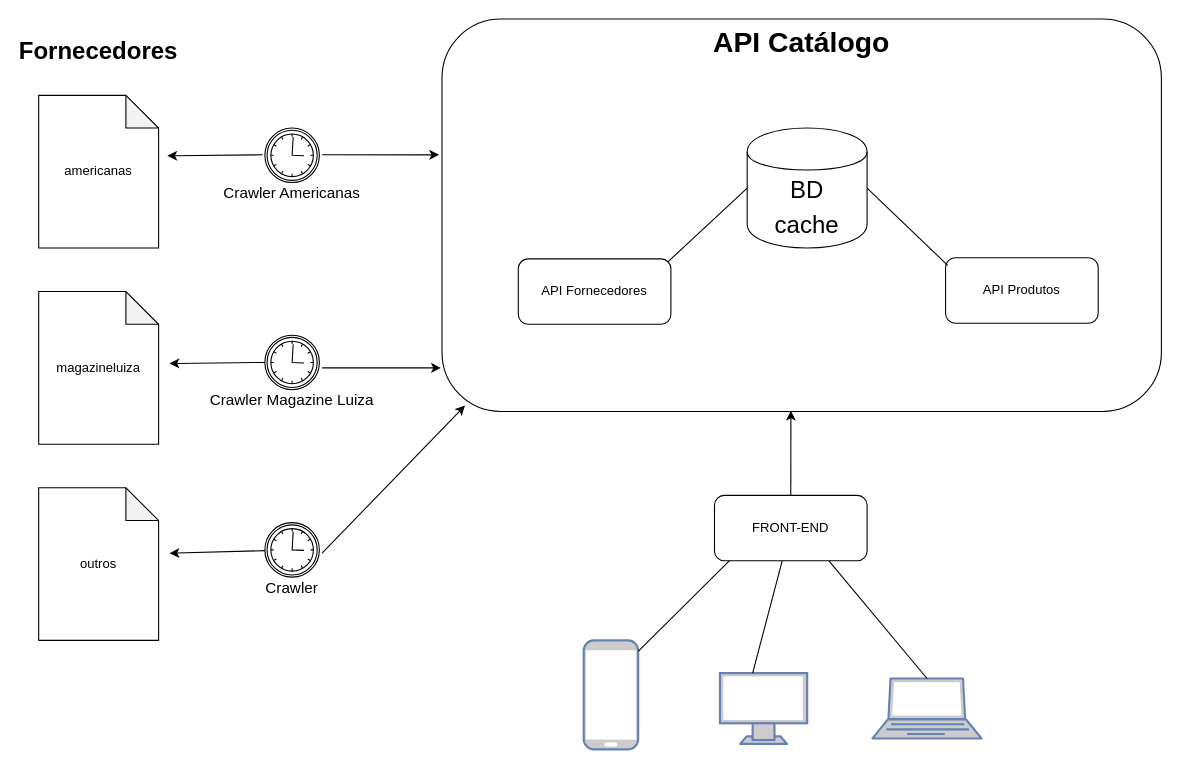
The draw.io diagram page "API Catálogo" (2 of 3) of doc/sistema-drop-shipping-com-gateway.drawio in caiosduarte/aws-montagem-exibicao-catalogo, before the edit. Source tidied: cells renumbered, new cells numbered last; positions are measured from the earlier drawing's top-left corner, leaving out a move shared by most shapes. Both pictures are drawn from the tidied source at 109%, with x=0, y=0 at pixel (38, 19).
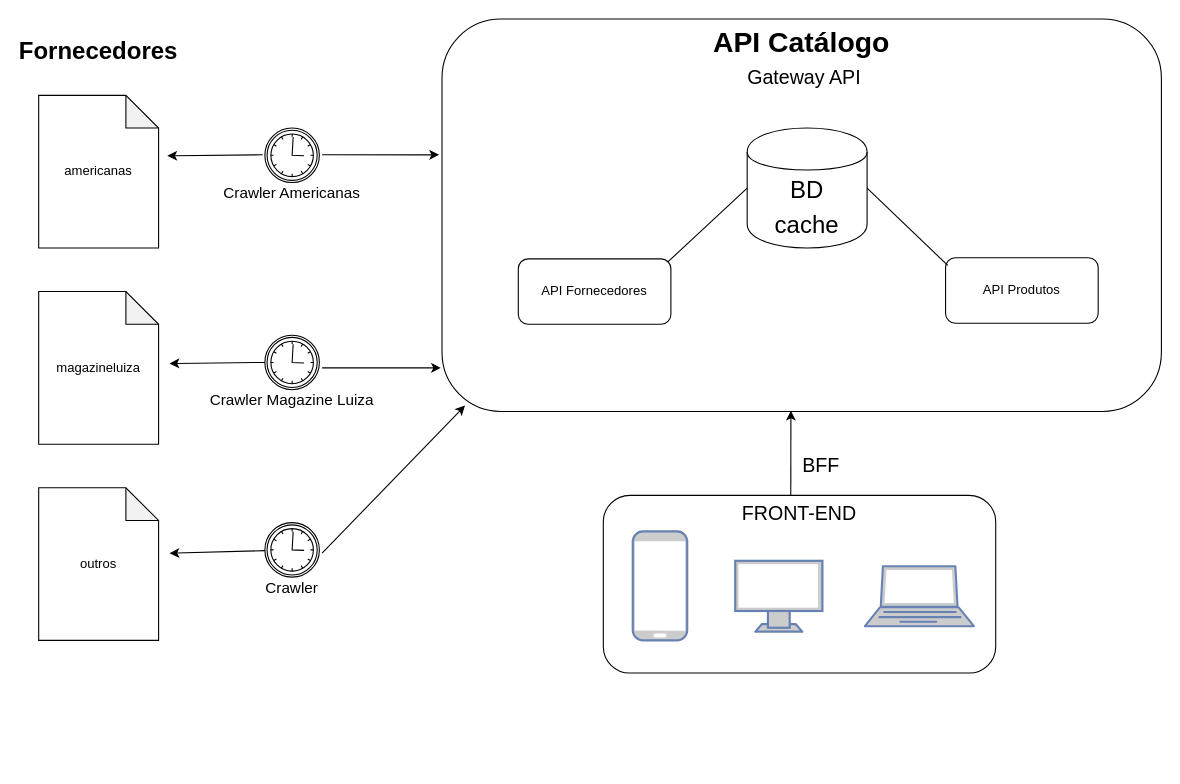
The same page after the edit.

Commit message (it also covers changes not shown here):
API catálogo como gateway

The change refers to these unchanged cells:
```xml
<mxCell id="2" value="API Catálogo" style="rounded=1;whiteSpace=wrap;html=1;fillColor=none;fontSize=26;fontColor=none;verticalAlign=top;fontStyle=1;" parent="1" vertex="1">
  <mxGeometry x="370" width="660" height="360" as="geometry" />
</mxCell>
<mxCell id="4" style="group;" parent="1" vertex="1">
  <mxGeometry x="40" width="562" height="684" as="geometry" />
</mxCell>
```

The edit, as a diff of the source:
```diff
@@
-    <mxCell id="26" style="fontColor=#0066CC;verticalAlign=top;verticalLabelPosition=bottom;labelPosition=center;align=center;html=1;fillColor=#CCCCCC;strokeColor=#6881B3;gradientColor=none;gradientDirection=north;strokeWidth=2;shape=mxgraph.networks.mobile;" parent="4" vertex="1">
-      <mxGeometry x="460" y="570" width="50" height="100" as="geometry" />
-    </mxCell>
-    <mxCell id="27" style="endArrow=none;html=1;fontSize=14;fontColor=none;entryX=0.105;entryY=0.983;entryDx=0;entryDy=0;entryPerimeter=0;" parent="4" edge="1" target="39">
-      <mxGeometry relative="1" as="geometry">
-        <mxPoint x="510" y="580" as="sourcePoint" />
-      </mxGeometry>
-    </mxCell>
@@
+    <mxCell id="40" style="endArrow=classic;html=1;fontSize=14;fontColor=none;entryX=0.485;entryY=0.998;entryDx=0;entryDy=0;entryPerimeter=0;" parent="1" edge="1" target="2">
+      <mxGeometry relative="1" as="geometry">
+        <mxPoint x="690" y="437" as="sourcePoint" />
+      </mxGeometry>
+    </mxCell>
-    <mxCell id="39" value="&lt;span style=&quot;font-size: 12px&quot;&gt;FRONT-END&lt;br style=&quot;font-size: 12px&quot;&gt;&lt;/span&gt;" style="rounded=1;whiteSpace=wrap;html=1;fontSize=12;fontStyle=0;" parent="1" vertex="1">
-      <mxGeometry x="620" y="437" width="140" height="60" as="geometry" />
+    <mxCell id="39" value="&lt;span style=&quot;font-size: 18px;&quot;&gt;FRONT-END&lt;br style=&quot;font-size: 18px;&quot;&gt;&lt;/span&gt;" style="rounded=1;whiteSpace=wrap;html=1;fontSize=18;fontStyle=0;verticalAlign=top;" parent="1" vertex="1">
+      <mxGeometry x="518" y="437" width="360" height="163" as="geometry" />
     </mxCell>
-    <mxCell id="40" style="endArrow=classic;html=1;fontSize=14;fontColor=none;entryX=0.485;entryY=0.998;entryDx=0;entryDy=0;entryPerimeter=0;" parent="1" edge="1" target="2">
-      <mxGeometry relative="1" as="geometry">
-        <mxPoint x="690" y="437" as="sourcePoint" />
-      </mxGeometry>
-    </mxCell>
-    <mxCell id="41" style="fontColor=#0066CC;verticalAlign=top;verticalLabelPosition=bottom;labelPosition=center;align=center;html=1;fillColor=#CCCCCC;strokeColor=#6881B3;gradientColor=none;gradientDirection=north;strokeWidth=2;shape=mxgraph.networks.monitor;" parent="1" vertex="1">
-      <mxGeometry x="625" y="600" width="80" height="65" as="geometry" />
-    </mxCell>
-    <mxCell id="42" style="fontColor=#0066CC;verticalAlign=top;verticalLabelPosition=bottom;labelPosition=center;align=center;html=1;fillColor=#CCCCCC;strokeColor=#6881B3;gradientColor=none;gradientDirection=north;strokeWidth=2;shape=mxgraph.networks.laptop;" parent="1" vertex="1">
-      <mxGeometry x="765" y="605" width="100" height="55" as="geometry" />
-    </mxCell>
-    <mxCell id="43" style="endArrow=none;html=1;fontSize=14;fontColor=none;" parent="1" edge="1" target="39">
-      <mxGeometry relative="1" as="geometry">
-        <mxPoint x="655" y="600" as="sourcePoint" />
-      </mxGeometry>
-    </mxCell>
-    <mxCell id="44" style="endArrow=none;html=1;fontSize=14;fontColor=none;entryX=0.75;entryY=1;entryDx=0;entryDy=0;" parent="1" edge="1" target="39">
-      <mxGeometry relative="1" as="geometry">
-        <mxPoint x="815" y="605" as="sourcePoint" />
-      </mxGeometry>
-    </mxCell>
+    <mxCell id="45" style="fontColor=#0066CC;verticalAlign=top;verticalLabelPosition=bottom;labelPosition=center;align=center;html=1;fillColor=#CCCCCC;strokeColor=#6881B3;gradientColor=none;gradientDirection=north;strokeWidth=2;shape=mxgraph.networks.monitor;" parent="1" vertex="1">
+      <mxGeometry x="639" y="497" width="80" height="65" as="geometry" />
+    </mxCell>
+    <mxCell id="46" style="fontColor=#0066CC;verticalAlign=top;verticalLabelPosition=bottom;labelPosition=center;align=center;html=1;fillColor=#CCCCCC;strokeColor=#6881B3;gradientColor=none;gradientDirection=north;strokeWidth=2;shape=mxgraph.networks.laptop;" parent="1" vertex="1">
+      <mxGeometry x="758" y="502" width="100" height="55" as="geometry" />
+    </mxCell>
+    <mxCell id="47" style="fontColor=#0066CC;verticalAlign=top;verticalLabelPosition=bottom;labelPosition=center;align=center;html=1;fillColor=#CCCCCC;strokeColor=#6881B3;gradientColor=none;gradientDirection=north;strokeWidth=2;shape=mxgraph.networks.mobile;" parent="1" vertex="1">
+      <mxGeometry x="545" y="470" width="50" height="100" as="geometry" />
+    </mxCell>
+    <mxCell id="48" value="BFF" style="text;html=1;strokeColor=none;fillColor=none;align=center;verticalAlign=middle;whiteSpace=wrap;rounded=0;fontSize=18;fontColor=none;" parent="1" vertex="1">
+      <mxGeometry x="698" y="400" width="40" height="20" as="geometry" />
+    </mxCell>
+    <mxCell id="49" value="Gateway API" style="text;html=1;strokeColor=none;fillColor=none;align=center;verticalAlign=middle;whiteSpace=wrap;rounded=0;fontSize=18;fontColor=none;" parent="1" vertex="1">
+      <mxGeometry x="639.5" y="44" width="125" height="20" as="geometry" />
+    </mxCell>
```
